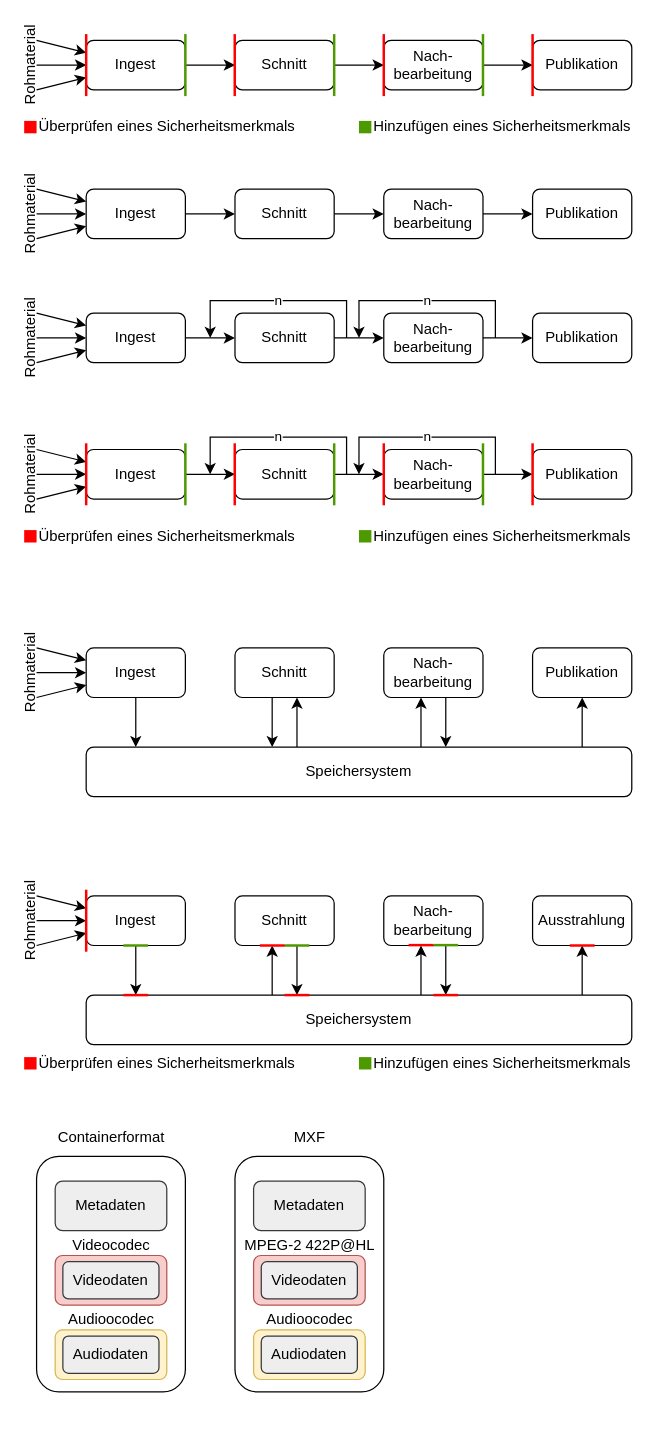
Earlier version of the draw.io diagram Produktionsprozess.drawio (timteller/Grafiken_Bachelorarbeit). Source tidied: cells renumbered, new cells numbered last; positions are measured from the earlier drawing's top-left corner, leaving out a move shared by most shapes. Both pictures are drawn from the tidied source at 124%, with x=0, y=0 at pixel (-14, 33).
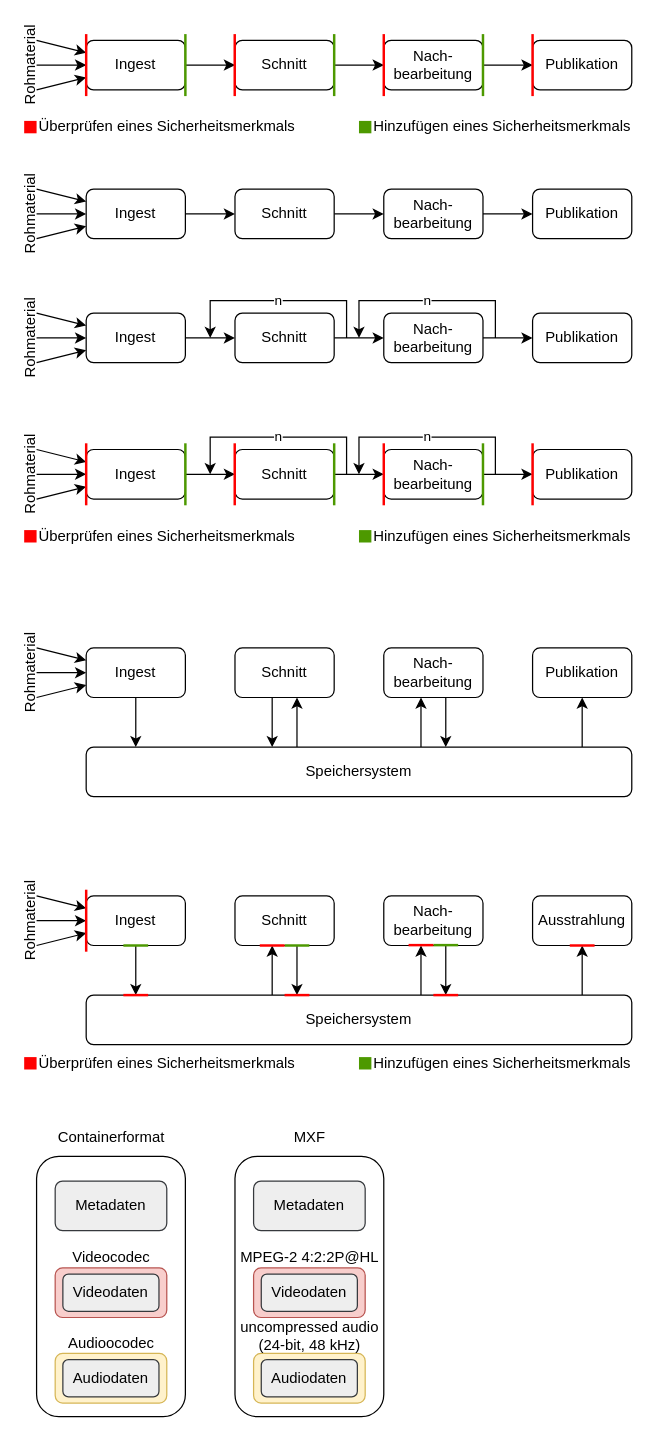
After the change.

The edit, as a diff of the source:
```diff
@@
     <mxCell id="122" style="rounded=1;whiteSpace=wrap;html=1;" parent="121" vertex="1">
-      <mxGeometry x="40" y="905" width="120" height="190" as="geometry" />
+      <mxGeometry x="40" y="905" width="120" height="210" as="geometry" />
     </mxCell>
     <mxCell id="123" style="rounded=1;whiteSpace=wrap;html=1;fillColor=#f8cecc;strokeColor=#b85450;" parent="121" vertex="1">
-      <mxGeometry x="55" y="985" width="90" height="40" as="geometry" />
+      <mxGeometry x="55" y="995" width="90" height="40" as="geometry" />
     </mxCell>
     <mxCell id="124" style="rounded=1;whiteSpace=wrap;html=1;fillColor=#fff2cc;strokeColor=#d6b656;" parent="121" vertex="1">
-      <mxGeometry x="55" y="1045" width="90" height="40" as="geometry" />
+      <mxGeometry x="55" y="1064" width="90" height="40" as="geometry" />
     </mxCell>
@@
     <mxCell id="126" value="Videocodec" style="text;html=1;align=center;verticalAlign=middle;strokeColor=none;fillColor=none;" parent="121" vertex="1">
-      <mxGeometry x="55" y="962" width="90" height="30" as="geometry" />
+      <mxGeometry x="55" y="972" width="90" height="30" as="geometry" />
     </mxCell>
     <mxCell id="127" value="Audioocodec" style="text;html=1;align=center;verticalAlign=middle;strokeColor=none;fillColor=none;rotation=0;" parent="121" vertex="1">
-      <mxGeometry x="55" y="1022" width="90" height="30" as="geometry" />
+      <mxGeometry x="55" y="1041" width="90" height="30" as="geometry" />
     </mxCell>
@@
     <mxCell id="129" value="Videodaten" style="rounded=1;whiteSpace=wrap;html=1;fillColor=#eeeeee;strokeColor=#36393d;" parent="121" vertex="1">
-      <mxGeometry x="61.2" y="990" width="77.5" height="30" as="geometry" />
+      <mxGeometry x="61.2" y="1000" width="77.5" height="30" as="geometry" />
     </mxCell>
     <mxCell id="130" value="Audiodaten" style="rounded=1;whiteSpace=wrap;html=1;fillColor=#eeeeee;strokeColor=#36393d;" parent="121" vertex="1">
-      <mxGeometry x="61.2" y="1050" width="77.5" height="30" as="geometry" />
+      <mxGeometry x="61.2" y="1069" width="77.5" height="30" as="geometry" />
     </mxCell>
@@
     <mxCell id="132" style="rounded=1;whiteSpace=wrap;html=1;" parent="131" vertex="1">
-      <mxGeometry x="200" y="905" width="120" height="190" as="geometry" />
+      <mxGeometry x="200" y="905" width="120" height="210" as="geometry" />
     </mxCell>
     <mxCell id="133" style="rounded=1;whiteSpace=wrap;html=1;fillColor=#f8cecc;strokeColor=#b85450;" parent="131" vertex="1">
-      <mxGeometry x="215" y="985" width="90" height="40" as="geometry" />
+      <mxGeometry x="215" y="995" width="90" height="40" as="geometry" />
     </mxCell>
     <mxCell id="134" style="rounded=1;whiteSpace=wrap;html=1;fillColor=#fff2cc;strokeColor=#d6b656;" parent="131" vertex="1">
-      <mxGeometry x="215" y="1045" width="90" height="40" as="geometry" />
+      <mxGeometry x="215" y="1064" width="90" height="40" as="geometry" />
     </mxCell>
@@
-    <mxCell id="136" value="MPEG-2 422P@HL" style="text;html=1;align=center;verticalAlign=middle;strokeColor=none;fillColor=none;" parent="131" vertex="1">
-      <mxGeometry x="195" y="962" width="130" height="30" as="geometry" />
+    <mxCell id="136" value="MPEG-2 4:2:2P@HL" style="text;html=1;align=center;verticalAlign=middle;strokeColor=none;fillColor=none;" parent="131" vertex="1">
+      <mxGeometry x="190" y="972" width="140" height="30" as="geometry" />
     </mxCell>
-    <mxCell id="137" value="Audioocodec" style="text;html=1;align=center;verticalAlign=middle;strokeColor=none;fillColor=none;rotation=0;" parent="131" vertex="1">
-      <mxGeometry x="215" y="1022" width="90" height="30" as="geometry" />
+    <mxCell id="137" value="&lt;font&gt;uncompressed audio&lt;/font&gt;&lt;div&gt;&lt;font&gt;(24-bit, 48 kHz)&lt;/font&gt;&lt;/div&gt;" style="text;html=1;align=center;verticalAlign=middle;strokeColor=none;fillColor=none;rotation=0;" parent="131" vertex="1">
+      <mxGeometry x="195" y="1030" width="130" height="40" as="geometry" />
     </mxCell>
@@
     <mxCell id="139" value="Videodaten" style="rounded=1;whiteSpace=wrap;html=1;fillColor=#eeeeee;strokeColor=#36393d;" parent="131" vertex="1">
-      <mxGeometry x="221.2" y="990" width="77.5" height="30" as="geometry" />
+      <mxGeometry x="221.2" y="1000" width="77.5" height="30" as="geometry" />
     </mxCell>
     <mxCell id="140" value="Audiodaten" style="rounded=1;whiteSpace=wrap;html=1;fillColor=#eeeeee;strokeColor=#36393d;" parent="131" vertex="1">
-      <mxGeometry x="221.2" y="1050" width="77.5" height="30" as="geometry" />
+      <mxGeometry x="221.2" y="1069" width="77.5" height="30" as="geometry" />
     </mxCell>
```
